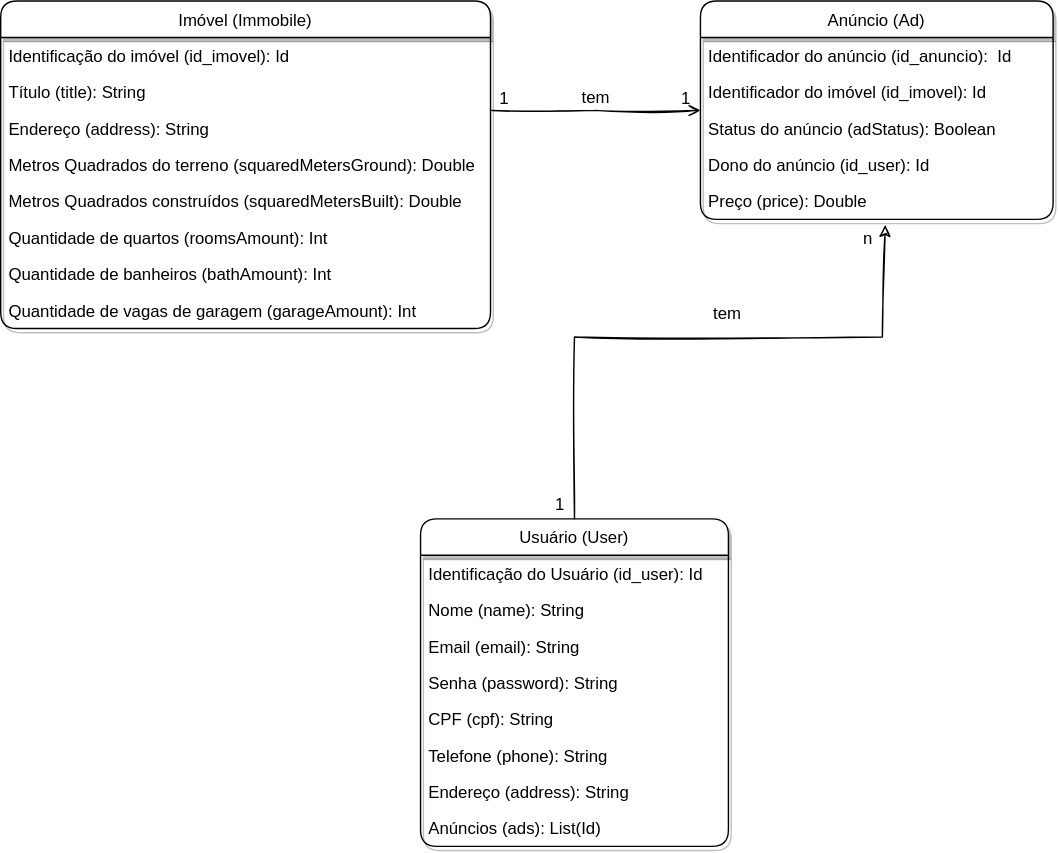
joaocarvoli/project-backendMandacaru keeps this draw.io diagram as docs/Imoveis Diagram.svg. Above is the earlier version. Source tidied: cells renumbered, new cells last; positions are measured from the earlier drawing's top-left corner, leaving out a move shared by most shapes. Source of this version:
```xml
<mxGraphModel>
  <root>
    <mxCell id="0" />
    <mxCell id="1" parent="0" />
    <mxCell id="2" value="Imóvel (Immobile)" style="swimlane;fontStyle=0;align=center;verticalAlign=top;horizontal=1;startSize=26;rounded=1;shadow=1;strokeWidth=1;gradientColor=none;glass=0;" parent="1" vertex="1">
      <mxGeometry width="350" height="234" as="geometry" />
    </mxCell>
    <mxCell id="3" value="Identificação do imóvel (id_imovel): Id" style="text;align=left;verticalAlign=top;spacingLeft=4;spacingRight=4;overflow=hidden;" parent="2" vertex="1">
      <mxGeometry y="26" width="350" height="26" as="geometry" />
    </mxCell>
    <mxCell id="4" value="Título (title): String" style="text;align=left;verticalAlign=top;spacingLeft=4;spacingRight=4;overflow=hidden;" parent="2" vertex="1">
      <mxGeometry y="52" width="350" height="26" as="geometry" />
    </mxCell>
    <mxCell id="5" value="Endereço (address): String" style="text;align=left;verticalAlign=top;spacingLeft=4;spacingRight=4;overflow=hidden;rounded=0;shadow=0;html=0;" parent="2" vertex="1">
      <mxGeometry y="78" width="350" height="26" as="geometry" />
    </mxCell>
    <mxCell id="6" value="Metros Quadrados do terreno (squaredMetersGround): Double&#10;" style="text;align=left;verticalAlign=top;spacingLeft=4;spacingRight=4;overflow=hidden;rounded=0;shadow=0;html=0;" parent="2" vertex="1">
      <mxGeometry y="104" width="350" height="26" as="geometry" />
    </mxCell>
    <mxCell id="7" value="Metros Quadrados construídos (squaredMetersBuilt): Double" style="text;align=left;verticalAlign=top;spacingLeft=4;spacingRight=4;overflow=hidden;rounded=0;shadow=0;html=0;" parent="2" vertex="1">
      <mxGeometry y="130" width="350" height="26" as="geometry" />
    </mxCell>
    <mxCell id="8" value="Quantidade de quartos (roomsAmount): Int" style="text;align=left;verticalAlign=top;spacingLeft=4;spacingRight=4;overflow=hidden;" parent="2" vertex="1">
      <mxGeometry y="156" width="350" height="26" as="geometry" />
    </mxCell>
    <mxCell id="9" value="Quantidade de banheiros (bathAmount): Int" style="text;align=left;verticalAlign=top;spacingLeft=4;spacingRight=4;overflow=hidden;" parent="2" vertex="1">
      <mxGeometry y="182" width="350" height="26" as="geometry" />
    </mxCell>
    <mxCell id="10" value="Quantidade de vagas de garagem (garageAmount): Int" style="text;align=left;verticalAlign=top;spacingLeft=4;spacingRight=4;overflow=hidden;" parent="2" vertex="1">
      <mxGeometry y="208" width="350" height="26" as="geometry" />
    </mxCell>
    <mxCell id="11" value="Usuário (User)" style="swimlane;fontStyle=0;align=center;verticalAlign=top;horizontal=1;startSize=26;rounded=1;shadow=1;strokeWidth=1;" parent="1" vertex="1">
      <mxGeometry x="300" y="370" width="220" height="234" as="geometry" />
    </mxCell>
    <mxCell id="12" value="Identificação do Usuário (id_user): Id" style="text;align=left;verticalAlign=top;spacingLeft=4;spacingRight=4;overflow=hidden;" parent="11" vertex="1">
      <mxGeometry y="26" width="220" height="26" as="geometry" />
    </mxCell>
    <mxCell id="13" value="Nome (name): String&#10;" style="text;align=left;verticalAlign=top;spacingLeft=4;spacingRight=4;overflow=hidden;" parent="11" vertex="1">
      <mxGeometry y="52" width="220" height="26" as="geometry" />
    </mxCell>
    <mxCell id="14" value="Email (email): String" style="text;align=left;verticalAlign=top;spacingLeft=4;spacingRight=4;overflow=hidden;rounded=0;shadow=0;html=0;" parent="11" vertex="1">
      <mxGeometry y="78" width="220" height="26" as="geometry" />
    </mxCell>
    <mxCell id="15" value="Senha (password): String" style="text;align=left;verticalAlign=top;spacingLeft=4;spacingRight=4;overflow=hidden;rounded=0;shadow=0;html=0;" parent="11" vertex="1">
      <mxGeometry y="104" width="220" height="26" as="geometry" />
    </mxCell>
    <mxCell id="16" value="CPF (cpf): String" style="text;align=left;verticalAlign=top;spacingLeft=4;spacingRight=4;overflow=hidden;rounded=0;shadow=0;html=0;" parent="11" vertex="1">
      <mxGeometry y="130" width="220" height="26" as="geometry" />
    </mxCell>
    <mxCell id="17" value="Telefone (phone): String" style="text;align=left;verticalAlign=top;spacingLeft=4;spacingRight=4;overflow=hidden;rounded=0;shadow=0;html=0;" parent="11" vertex="1">
      <mxGeometry y="156" width="220" height="26" as="geometry" />
    </mxCell>
    <mxCell id="18" value="Endereço (address): String" style="text;align=left;verticalAlign=top;spacingLeft=4;spacingRight=4;overflow=hidden;rounded=0;shadow=0;html=0;" parent="11" vertex="1">
      <mxGeometry y="182" width="220" height="26" as="geometry" />
    </mxCell>
    <mxCell id="19" value="Anúncios (ads): List(Id)" style="text;align=left;verticalAlign=top;spacingLeft=4;spacingRight=4;overflow=hidden;rounded=0;shadow=0;html=0;" parent="11" vertex="1">
      <mxGeometry y="208" width="220" height="26" as="geometry" />
    </mxCell>
    <mxCell id="20" value="Anúncio (Ad)" style="swimlane;fontStyle=0;align=center;verticalAlign=top;horizontal=1;startSize=26;rounded=1;shadow=1;strokeWidth=1;sketch=0;" parent="1" vertex="1">
      <mxGeometry x="500" width="252" height="156" as="geometry" />
    </mxCell>
    <mxCell id="21" value="Identificador do anúncio (id_anuncio):  Id" style="text;align=left;verticalAlign=top;spacingLeft=4;spacingRight=4;overflow=hidden;" parent="20" vertex="1">
      <mxGeometry y="26" width="252" height="26" as="geometry" />
    </mxCell>
    <mxCell id="22" value="Identificador do imóvel (id_imovel): Id" style="text;align=left;verticalAlign=top;spacingLeft=4;spacingRight=4;overflow=hidden;rounded=0;shadow=0;html=0;" parent="20" vertex="1">
      <mxGeometry y="52" width="252" height="26" as="geometry" />
    </mxCell>
    <mxCell id="23" value="Status do anúncio (adStatus): Boolean" style="text;align=left;verticalAlign=top;spacingLeft=4;spacingRight=4;overflow=hidden;rounded=0;shadow=0;html=0;" parent="20" vertex="1">
      <mxGeometry y="78" width="252" height="26" as="geometry" />
    </mxCell>
    <mxCell id="24" value="Dono do anúncio (id_user): Id" style="text;align=left;verticalAlign=top;spacingLeft=4;spacingRight=4;overflow=hidden;rounded=0;shadow=0;html=0;" parent="20" vertex="1">
      <mxGeometry y="104" width="252" height="26" as="geometry" />
    </mxCell>
    <mxCell id="25" value="Preço (price): Double" style="text;align=left;verticalAlign=top;spacingLeft=4;spacingRight=4;overflow=hidden;points=[[0,0.5],[1,0.5]];portConstraint=eastwest;rounded=0;shadow=0;html=0;" parent="20" vertex="1">
      <mxGeometry y="130" width="252" height="26" as="geometry" />
    </mxCell>
    <mxCell id="26" style="endArrow=open;shadow=0;strokeWidth=1;rounded=0;endFill=1;edgeStyle=elbowEdgeStyle;elbow=vertical;sketch=1;" parent="1" edge="1" source="2" target="20">
      <mxGeometry x="0.5" y="41" relative="1" as="geometry">
        <mxPoint x="-40" y="32" as="offset" />
      </mxGeometry>
    </mxCell>
    <mxCell id="27" value="tem" style="text;html=1;align=center;verticalAlign=middle;labelBackgroundColor=none;rounded=0;shadow=0;strokeWidth=1;fontSize=12;" parent="26" vertex="1">
      <mxGeometry x="0.5" y="49" relative="1" as="geometry">
        <mxPoint x="-38" y="40" as="offset" />
      </mxGeometry>
    </mxCell>
    <mxCell id="28" value="1" style="text;html=1;strokeColor=none;fillColor=none;align=center;verticalAlign=middle;whiteSpace=wrap;rounded=0;" parent="1" vertex="1">
      <mxGeometry x="340" y="60" width="40" height="20" as="geometry" />
    </mxCell>
    <mxCell id="29" value="1" style="text;html=1;strokeColor=none;fillColor=none;align=center;verticalAlign=middle;whiteSpace=wrap;rounded=0;" parent="1" vertex="1">
      <mxGeometry x="470" y="60" width="40" height="20" as="geometry" />
    </mxCell>
    <mxCell id="30" style="endArrow=classic;html=1;rounded=0;entryX=0.524;entryY=1.154;entryDx=0;entryDy=0;entryPerimeter=0;sketch=1;exitX=0.5;exitY=0;exitDx=0;exitDy=0;" parent="1" edge="1" source="11" target="25">
      <mxGeometry relative="1" as="geometry">
        <Array as="points">
          <mxPoint x="410" y="240" />
          <mxPoint x="630" y="240" />
        </Array>
      </mxGeometry>
    </mxCell>
    <mxCell id="31" value="tem" style="text;html=1;align=center;verticalAlign=middle;labelBackgroundColor=none;rounded=0;shadow=0;strokeWidth=1;fontSize=12;" parent="1" vertex="1">
      <mxGeometry x="480" y="117" as="geometry">
        <mxPoint x="39" y="107" as="offset" />
      </mxGeometry>
    </mxCell>
    <mxCell id="32" value="1" style="text;html=1;strokeColor=none;fillColor=none;align=center;verticalAlign=middle;whiteSpace=wrap;rounded=0;" parent="1" vertex="1">
      <mxGeometry x="380" y="350" width="40" height="20" as="geometry" />
    </mxCell>
    <mxCell id="33" value="n" style="text;html=1;strokeColor=none;fillColor=none;align=center;verticalAlign=middle;whiteSpace=wrap;rounded=0;" parent="1" vertex="1">
      <mxGeometry x="600" y="160" width="40" height="20" as="geometry" />
    </mxCell>
  </root>
</mxGraphModel>
```
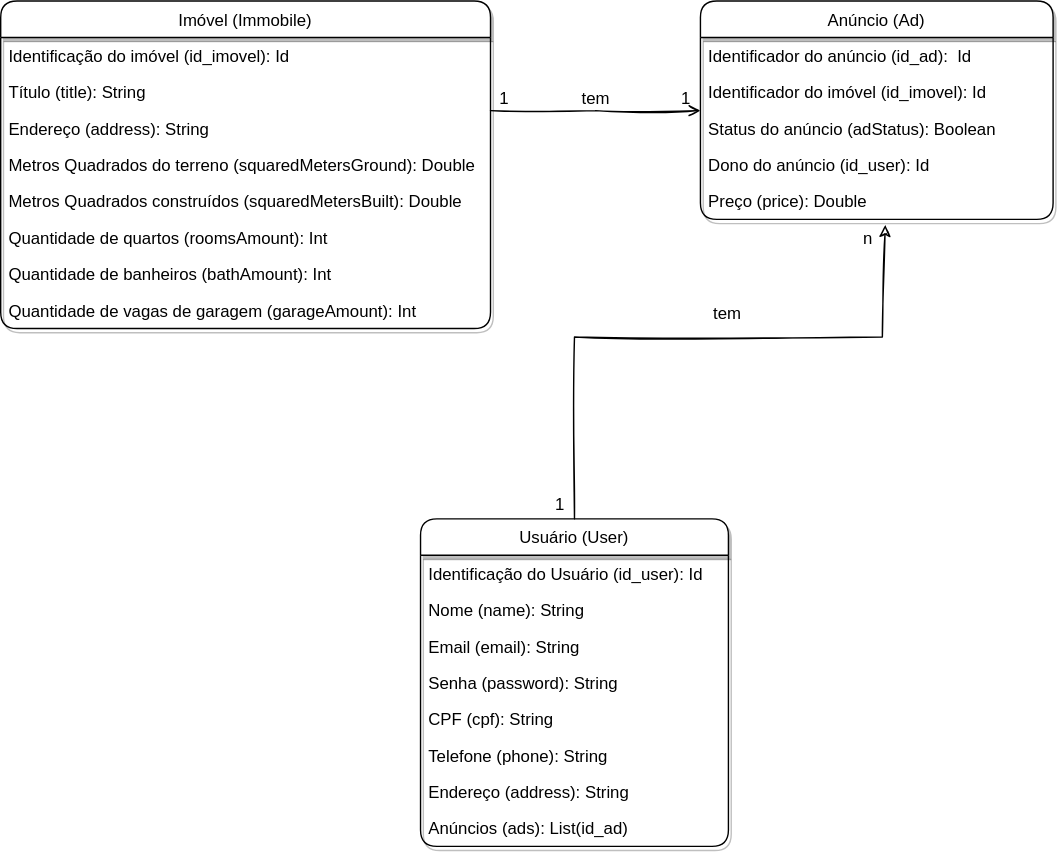
After the commit.

What changed in the source:
```diff
@@ -53,13 +53,13 @@
     <mxCell id="18" value="Endereço (address): String" style="text;align=left;verticalAlign=top;spacingLeft=4;spacingRight=4;overflow=hidden;rounded=0;shadow=0;html=0;" parent="11" vertex="1">
       <mxGeometry y="182" width="220" height="26" as="geometry" />
     </mxCell>
-    <mxCell id="19" value="Anúncios (ads): List(Id)" style="text;align=left;verticalAlign=top;spacingLeft=4;spacingRight=4;overflow=hidden;rounded=0;shadow=0;html=0;" parent="11" vertex="1">
+    <mxCell id="19" value="Anúncios (ads): List(id_ad)" style="text;align=left;verticalAlign=top;spacingLeft=4;spacingRight=4;overflow=hidden;rounded=0;shadow=0;html=0;" parent="11" vertex="1">
       <mxGeometry y="208" width="220" height="26" as="geometry" />
     </mxCell>
     <mxCell id="20" value="Anúncio (Ad)" style="swimlane;fontStyle=0;align=center;verticalAlign=top;horizontal=1;startSize=26;rounded=1;shadow=1;strokeWidth=1;sketch=0;" parent="1" vertex="1">
       <mxGeometry x="500" width="252" height="156" as="geometry" />
     </mxCell>
-    <mxCell id="21" value="Identificador do anúncio (id_anuncio):  Id" style="text;align=left;verticalAlign=top;spacingLeft=4;spacingRight=4;overflow=hidden;" parent="20" vertex="1">
+    <mxCell id="21" value="Identificador do anúncio (id_ad):  Id" style="text;align=left;verticalAlign=top;spacingLeft=4;spacingRight=4;overflow=hidden;" parent="20" vertex="1">
       <mxGeometry y="26" width="252" height="26" as="geometry" />
     </mxCell>
     <mxCell id="22" value="Identificador do imóvel (id_imovel): Id" style="text;align=left;verticalAlign=top;spacingLeft=4;spacingRight=4;overflow=hidden;rounded=0;shadow=0;html=0;" parent="20" vertex="1">
```
